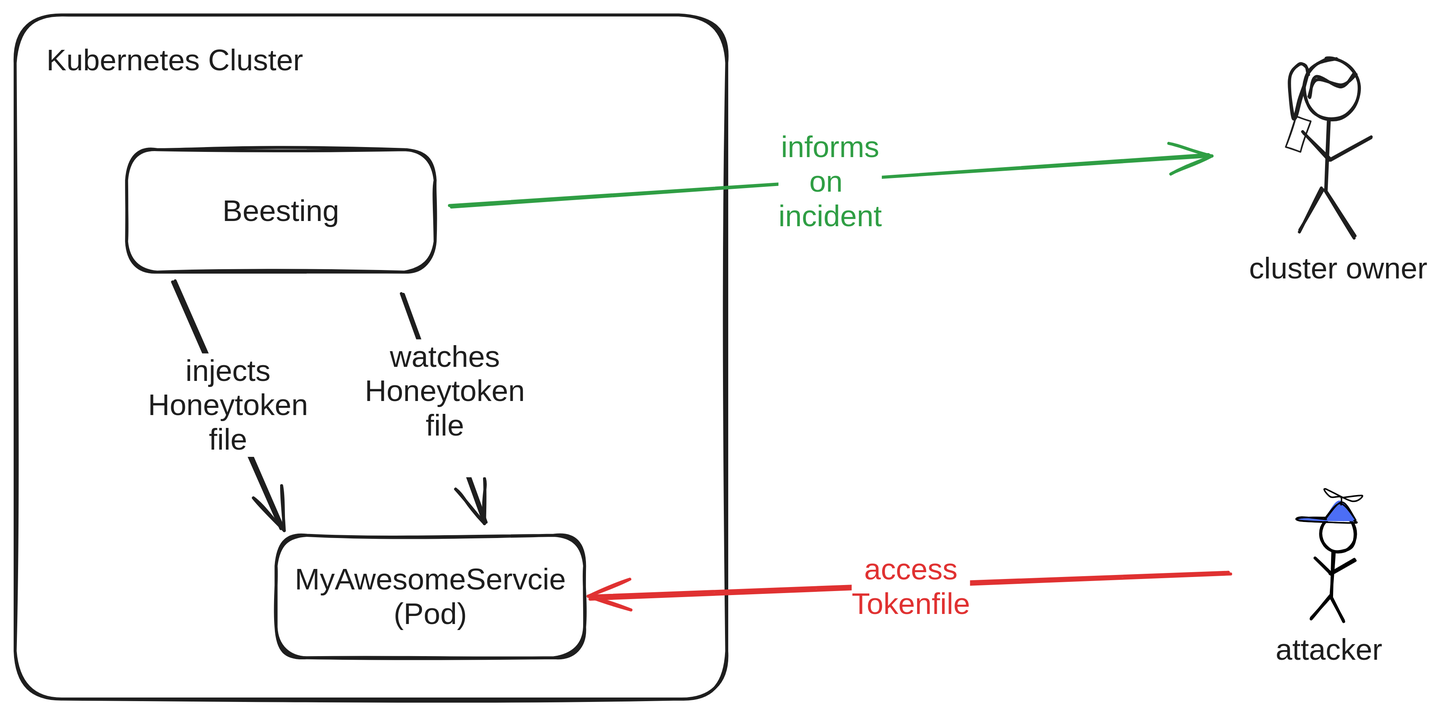
The Excalidraw diagram presentation/public/beesting_overview.excalidraw.svg in patrickpichler/beesting_talk, before a commit. Source tidied: one line per element, renumbered; positions are measured from the earlier drawing's top-left corner, leaving out a move shared by most shapes. Source of this version:
```json
{"id": 0, "type": "rectangle", "strokeColor": "#1e1e1e", "strokeWidth": 2, "roughness": 1, "round": true, "x": 0, "y": 0, "width": 475, "height": 456}
{"id": 1, "type": "text", "text": "Kubernetes Cluster", "strokeColor": "#1e1e1e", "strokeWidth": 2, "roughness": 1, "fontSize": 20, "fontFamily": 2, "x": 21, "y": 19, "width": 171, "height": 23}
{"id": 2, "type": "rectangle", "strokeColor": "#1e1e1e", "strokeWidth": 2, "roughness": 1, "round": true, "x": 174, "y": 347, "width": 206, "height": 82}
{"id": 3, "type": "text", "text": "MyAwesomeServcie\n(Pod)", "strokeColor": "#1e1e1e", "strokeWidth": 2, "roughness": 1, "fontSize": 20, "fontFamily": 2, "textAlign": "center", "verticalAlign": "middle", "inside": 2, "x": 186, "y": 365, "width": 181, "height": 46}
{"id": 4, "type": "rectangle", "strokeColor": "#1e1e1e", "strokeWidth": 2, "roughness": 1, "round": true, "x": 74, "y": 90, "width": 206, "height": 82}
{"id": 5, "type": "text", "text": "Beesting", "strokeColor": "#1e1e1e", "strokeWidth": 2, "roughness": 1, "fontSize": 20, "fontFamily": 2, "textAlign": "center", "verticalAlign": "middle", "inside": 4, "x": 138, "y": 119, "width": 78, "height": 23}
{"id": 6, "type": "arrow", "strokeColor": "#e03131", "strokeWidth": 2, "roughness": 1, "endArrowhead": "arrow", "round": true, "from": 17, "to": 2, "x": 811, "y": 373, "width": 427, "height": 16, "points": [[0, 0], [-427, 16]]}
{"id": 7, "type": "text", "text": "access\nTokenfile", "strokeColor": "#e03131", "strokeWidth": 2, "roughness": 1, "fontSize": 20, "fontFamily": 2, "textAlign": "center", "verticalAlign": "middle", "inside": 6, "x": 580, "y": 359, "width": 79, "height": 46}
{"id": 8, "type": "ellipse", "strokeColor": "#000000", "strokeWidth": 2, "roughness": 1, "x": 871, "y": 333, "width": 23, "height": 25}
{"id": 9, "type": "line", "strokeColor": "#000000", "backgroundColor": "#ced4da", "fillStyle": "solid", "strokeWidth": 2, "roughness": 1, "round": true, "x": 879, "y": 359, "width": 1, "height": 29, "points": [[0, 0], [-1, 29]]}
{"id": 10, "type": "line", "strokeColor": "#000000", "backgroundColor": "#ced4da", "fillStyle": "solid", "strokeWidth": 2, "roughness": 1, "round": true, "x": 878, "y": 388, "width": 8, "height": 16, "points": [[0, 0], [8, 16]]}
{"id": 11, "type": "line", "strokeColor": "#000000", "backgroundColor": "#ced4da", "fillStyle": "solid", "strokeWidth": 2, "roughness": 1, "round": true, "x": 877, "y": 387, "width": 13, "height": 15, "points": [[0, 0], [-13, 15]]}
{"id": 12, "type": "line", "strokeColor": "#000000", "backgroundColor": "#ced4da", "fillStyle": "solid", "strokeWidth": 2, "roughness": 1, "round": true, "x": 867, "y": 363, "width": 11, "height": 11, "points": [[0, 0], [11, 11]]}
{"id": 13, "type": "line", "strokeColor": "#000000", "backgroundColor": "#ced4da", "fillStyle": "solid", "strokeWidth": 2, "roughness": 1, "round": true, "x": 878, "y": 373, "width": 16, "height": 9, "points": [[0, 0], [16, -9]]}
{"id": 14, "type": "line", "strokeColor": "#000000", "backgroundColor": "#4c6ef5", "fillStyle": "solid", "strokeWidth": 1, "roughness": 1, "round": true, "x": 873, "y": 336, "width": 36, "height": 13, "points": [[0, 0], [11, -10], [20, 0], [19, 2], [18, 3], [-15, 1], [-16, -1], [0, 0]]}
{"id": 15, "type": "line", "strokeColor": "#000000", "strokeWidth": 1, "roughness": 0, "round": true, "x": 884, "y": 327, "width": 25, "height": 11, "points": [[0, 0], [0, -5], [-7, -5], [-11, -11], [7, -2], [14, -6], [1, -5]]}
{"id": 16, "type": "text", "text": "attacker", "strokeColor": "#1e1e1e", "strokeWidth": 2, "roughness": 1, "fontSize": 20, "fontFamily": 2, "x": 841, "y": 412, "width": 71, "height": 23}
{"id": 17, "type": "rectangle", "strokeColor": "transparent", "strokeWidth": 2, "roughness": 1, "round": true, "x": 820, "y": 304, "width": 115, "height": 135}
{"id": 18, "type": "ellipse", "strokeColor": "#1e1e1e", "strokeWidth": 2, "roughness": 1, "x": 860, "y": 29, "width": 37, "height": 41}
{"id": 19, "type": "line", "strokeColor": "#1e1e1e", "backgroundColor": "#ced4da", "fillStyle": "solid", "strokeWidth": 2, "roughness": 1, "round": true, "x": 876, "y": 70, "width": 2, "height": 47, "points": [[0, 0], [-2, 47]]}
{"id": 20, "type": "line", "strokeColor": "#1e1e1e", "backgroundColor": "#ced4da", "fillStyle": "solid", "strokeWidth": 2, "roughness": 1, "round": true, "x": 874, "y": 119, "width": 19, "height": 29, "points": [[0, 0], [19, 29]]}
{"id": 21, "type": "line", "strokeColor": "#1e1e1e", "backgroundColor": "#ced4da", "fillStyle": "solid", "strokeWidth": 2, "roughness": 1, "round": true, "x": 872, "y": 117, "width": 16, "height": 27, "points": [[0, 0], [-16, 27]]}
{"id": 22, "type": "line", "strokeColor": "#1e1e1e", "backgroundColor": "#ced4da", "fillStyle": "solid", "strokeWidth": 2, "roughness": 1, "round": true, "x": 858, "y": 79, "width": 18, "height": 17, "points": [[0, 0], [18, 17]]}
{"id": 23, "type": "line", "strokeColor": "#1e1e1e", "backgroundColor": "#ced4da", "fillStyle": "solid", "strokeWidth": 2, "roughness": 1, "round": true, "x": 878, "y": 96, "width": 26, "height": 15, "points": [[0, 0], [26, -15]]}
{"id": 24, "type": "line", "strokeColor": "#1e1e1e", "strokeWidth": 2, "roughness": 1, "round": true, "x": 893, "y": 40, "width": 31, "height": 15, "points": [[0, 0], [-10, 7], [-25, 3], [-31, 15]]}
{"id": 25, "type": "line", "strokeColor": "#1e1e1e", "strokeWidth": 2, "roughness": 1, "round": true, "x": 862, "y": 40, "width": 12, "height": 36, "points": [[0, 0], [-1, -6], [-6, -7], [-12, 3], [-9, 29], [-5, 16], [0, 0]]}
{"id": 26, "type": "rectangle", "strokeColor": "#1e1e1e", "angle": 0.32, "strokeWidth": 1, "roughness": 1, "x": 851, "y": 69, "width": 10, "height": 22}
{"id": 27, "type": "text", "text": "cluster owner", "strokeColor": "#1e1e1e", "strokeWidth": 2, "roughness": 1, "fontSize": 20, "fontFamily": 2, "x": 823, "y": 158, "width": 119, "height": 23}
{"id": 28, "type": "rectangle", "strokeColor": "transparent", "strokeWidth": 2, "roughness": 1, "round": true, "x": 810, "y": 23, "width": 133, "height": 167}
{"id": 29, "type": "arrow", "strokeColor": "#2f9e44", "strokeWidth": 2, "roughness": 1, "endArrowhead": "arrow", "round": true, "from": 4, "to": 28, "x": 291, "y": 128, "width": 506, "height": 34, "points": [[0, 0], [506, -34]]}
{"id": 30, "type": "text", "text": "informs\non \nincident", "strokeColor": "#2f9e44", "strokeWidth": 2, "roughness": 1, "fontSize": 20, "fontFamily": 2, "textAlign": "center", "verticalAlign": "middle", "inside": 29, "x": 581, "y": 66, "width": 69, "height": 69}
{"id": 31, "type": "arrow", "strokeColor": "#1e1e1e", "strokeWidth": 2, "roughness": 1, "endArrowhead": "arrow", "round": true, "from": 4, "to": 2, "x": 106, "y": 178, "width": 72, "height": 166, "points": [[0, 0], [72, 166]]}
{"id": 32, "type": "text", "text": "injects\nHoneytoken\nfile", "strokeColor": "#1e1e1e", "strokeWidth": 2, "roughness": 1, "fontSize": 20, "fontFamily": 2, "textAlign": "center", "verticalAlign": "middle", "inside": 31, "x": 190, "y": 221, "width": 107, "height": 69}
{"id": 33, "type": "arrow", "strokeColor": "#1e1e1e", "strokeWidth": 2, "roughness": 1, "endArrowhead": "arrow", "round": true, "from": 4, "to": 2, "x": 259, "y": 185, "width": 56, "height": 154, "points": [[0, 0], [56, 154]]}
{"id": 34, "type": "text", "text": "watches\nHoneytoken\nfile\n", "strokeColor": "#1e1e1e", "strokeWidth": 2, "roughness": 1, "fontSize": 20, "fontFamily": 2, "textAlign": "center", "verticalAlign": "middle", "inside": 33, "x": 316, "y": 212, "width": 107, "height": 92}
```
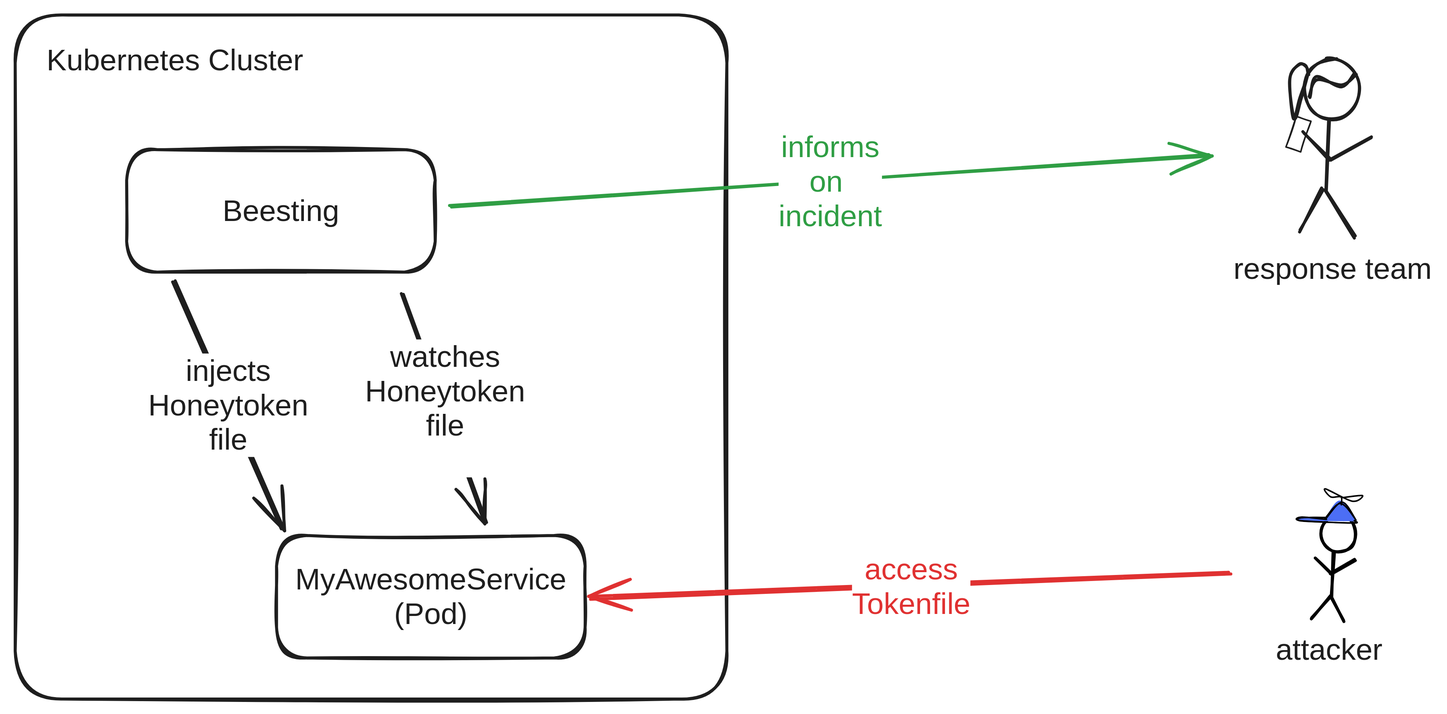
The same diagram one commit later.

Change to the diagram source:
```diff
@@ -1,10 +1,10 @@
 {"id": 0, "type": "rectangle", "strokeColor": "#1e1e1e", "strokeWidth": 2, "roughness": 1, "round": true, "x": 0, "y": 0, "width": 475, "height": 456}
 {"id": 1, "type": "text", "text": "Kubernetes Cluster", "strokeColor": "#1e1e1e", "strokeWidth": 2, "roughness": 1, "fontSize": 20, "fontFamily": 2, "x": 21, "y": 19, "width": 171, "height": 23}
 {"id": 2, "type": "rectangle", "strokeColor": "#1e1e1e", "strokeWidth": 2, "roughness": 1, "round": true, "x": 174, "y": 347, "width": 206, "height": 82}
-{"id": 3, "type": "text", "text": "MyAwesomeServcie\n(Pod)", "strokeColor": "#1e1e1e", "strokeWidth": 2, "roughness": 1, "fontSize": 20, "fontFamily": 2, "textAlign": "center", "verticalAlign": "middle", "inside": 2, "x": 186, "y": 365, "width": 181, "height": 46}
+{"id": 3, "type": "text", "text": "MyAwesomeService\n(Pod)", "strokeColor": "#1e1e1e", "strokeWidth": 2, "roughness": 1, "fontSize": 20, "fontFamily": 2, "textAlign": "center", "verticalAlign": "middle", "inside": 2, "x": 187, "y": 365, "width": 181, "height": 46}
 {"id": 4, "type": "rectangle", "strokeColor": "#1e1e1e", "strokeWidth": 2, "roughness": 1, "round": true, "x": 74, "y": 90, "width": 206, "height": 82}
 {"id": 5, "type": "text", "text": "Beesting", "strokeColor": "#1e1e1e", "strokeWidth": 2, "roughness": 1, "fontSize": 20, "fontFamily": 2, "textAlign": "center", "verticalAlign": "middle", "inside": 4, "x": 138, "y": 119, "width": 78, "height": 23}
-{"id": 6, "type": "arrow", "strokeColor": "#e03131", "strokeWidth": 2, "roughness": 1, "endArrowhead": "arrow", "round": true, "from": 17, "to": 2, "x": 811, "y": 373, "width": 427, "height": 16, "points": [[0, 0], [-427, 16]]}
+{"id": 6, "type": "arrow", "strokeColor": "#e03131", "strokeWidth": 2, "roughness": 1, "endArrowhead": "arrow", "round": true, "from": 17, "to": 2, "x": 811, "y": 373, "width": 427, "height": 17, "points": [[0, 0], [-427, 17]]}
 {"id": 7, "type": "text", "text": "access\nTokenfile", "strokeColor": "#e03131", "strokeWidth": 2, "roughness": 1, "fontSize": 20, "fontFamily": 2, "textAlign": "center", "verticalAlign": "middle", "inside": 6, "x": 580, "y": 359, "width": 79, "height": 46}
 {"id": 8, "type": "ellipse", "strokeColor": "#000000", "strokeWidth": 2, "roughness": 1, "x": 871, "y": 333, "width": 23, "height": 25}
 {"id": 9, "type": "line", "strokeColor": "#000000", "backgroundColor": "#ced4da", "fillStyle": "solid", "strokeWidth": 2, "roughness": 1, "round": true, "x": 879, "y": 359, "width": 1, "height": 29, "points": [[0, 0], [-1, 29]]}
@@ -25,7 +25,7 @@
 {"id": 24, "type": "line", "strokeColor": "#1e1e1e", "strokeWidth": 2, "roughness": 1, "round": true, "x": 893, "y": 40, "width": 31, "height": 15, "points": [[0, 0], [-10, 7], [-25, 3], [-31, 15]]}
 {"id": 25, "type": "line", "strokeColor": "#1e1e1e", "strokeWidth": 2, "roughness": 1, "round": true, "x": 862, "y": 40, "width": 12, "height": 36, "points": [[0, 0], [-1, -6], [-6, -7], [-12, 3], [-9, 29], [-5, 16], [0, 0]]}
 {"id": 26, "type": "rectangle", "strokeColor": "#1e1e1e", "angle": 0.32, "strokeWidth": 1, "roughness": 1, "x": 851, "y": 69, "width": 10, "height": 22}
-{"id": 27, "type": "text", "text": "cluster owner", "strokeColor": "#1e1e1e", "strokeWidth": 2, "roughness": 1, "fontSize": 20, "fontFamily": 2, "x": 823, "y": 158, "width": 119, "height": 23}
+{"id": 27, "type": "text", "text": "response team", "strokeColor": "#1e1e1e", "strokeWidth": 2, "roughness": 1, "fontSize": 20, "fontFamily": 2, "x": 812, "y": 158, "width": 132, "height": 23}
 {"id": 28, "type": "rectangle", "strokeColor": "transparent", "strokeWidth": 2, "roughness": 1, "round": true, "x": 810, "y": 23, "width": 133, "height": 167}
 {"id": 29, "type": "arrow", "strokeColor": "#2f9e44", "strokeWidth": 2, "roughness": 1, "endArrowhead": "arrow", "round": true, "from": 4, "to": 28, "x": 291, "y": 128, "width": 506, "height": 34, "points": [[0, 0], [506, -34]]}
 {"id": 30, "type": "text", "text": "informs\non \nincident", "strokeColor": "#2f9e44", "strokeWidth": 2, "roughness": 1, "fontSize": 20, "fontFamily": 2, "textAlign": "center", "verticalAlign": "middle", "inside": 29, "x": 581, "y": 66, "width": 69, "height": 69}
```
